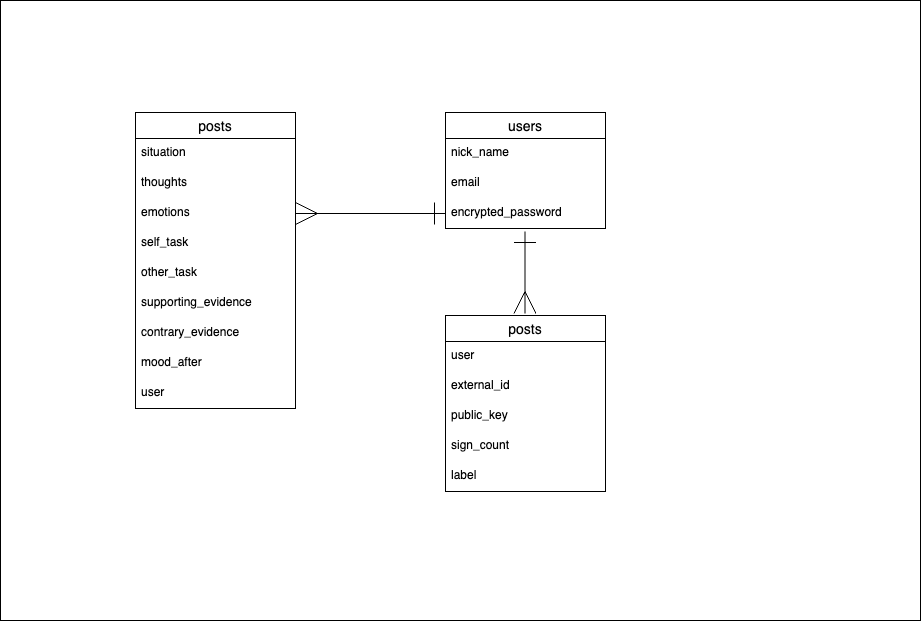
Before: ER.drawio.png, a diagram exported from draw.io (SymTr/oselfref). Source tidied: cells renumbered, new cells last; positions are measured from the earlier drawing's top-left corner, leaving out a move shared by most shapes.
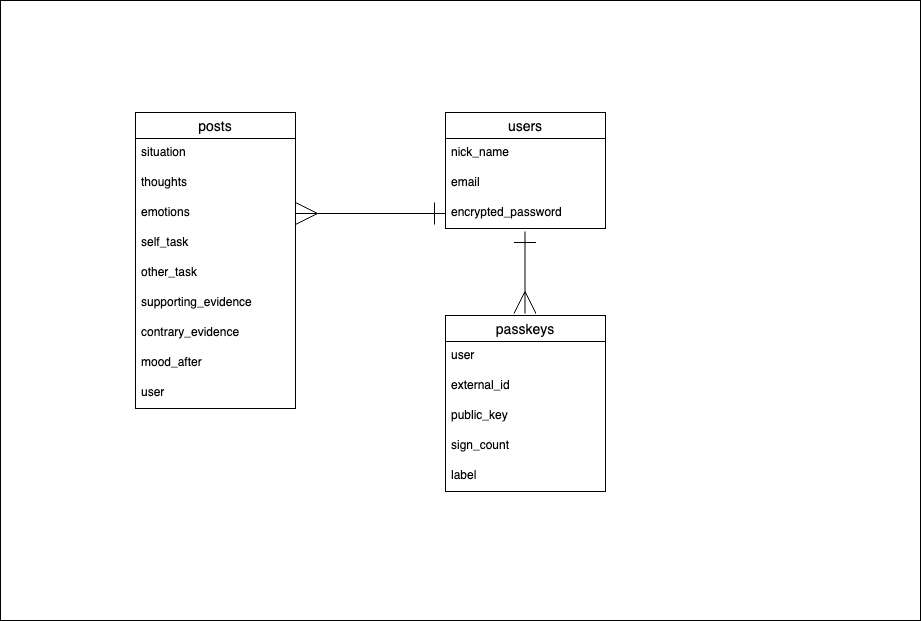
The same file after the commit.

Change to the diagram source:
```diff
@@ -54,7 +54,7 @@
     <mxCell id="17" value="user" style="text;strokeColor=none;fillColor=none;spacingLeft=4;spacingRight=4;overflow=hidden;fontSize=12;" parent="8" vertex="1">
       <mxGeometry y="266" width="160" height="30" as="geometry" />
     </mxCell>
-    <mxCell id="18" value="posts" style="swimlane;fontStyle=0;horizontal=1;startSize=26;align=center;fontSize=14;" parent="1" vertex="1">
+    <mxCell id="18" value="passkeys" style="swimlane;fontStyle=0;horizontal=1;startSize=26;align=center;fontSize=14;" parent="1" vertex="1">
       <mxGeometry x="445" y="315" width="160" height="176" as="geometry" />
     </mxCell>
     <mxCell id="19" value="user    " style="text;strokeColor=none;fillColor=none;spacingLeft=4;spacingRight=4;overflow=hidden;fontSize=12;" parent="18" vertex="1">
```
